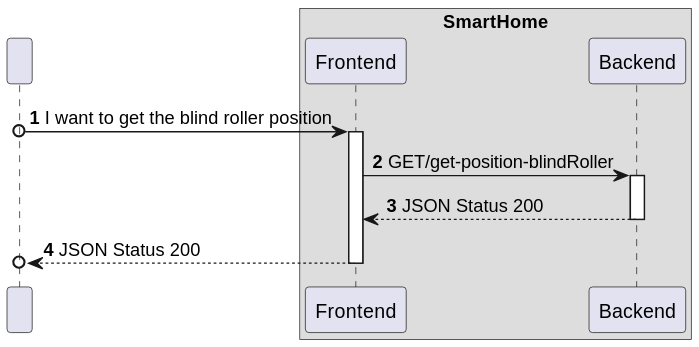
Earlier version of the PlantUML export docs/C4_4plus1_models/Level2/ProcessView/ProcessViewLevel2_UC24_v1.svg (moutajDev/smarthome).
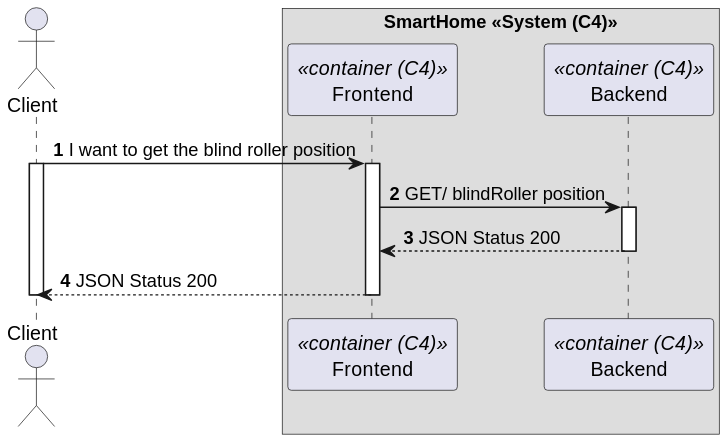
The same file after the commit.

The edit, as a diff of the source:
```diff
@@ -3,23 +3,25 @@
 
 autonumber
 
-participant " " as User
+actor "Client" as User
 
 
-box "SmartHome"
-    participant "Frontend" as FE
-    participant "Backend" as SV
+box "SmartHome <<System (C4)>>"
+    participant "Frontend" as FE<<container (C4)>>
+    participant "Backend" as SV<<container (C4)>>
 end box
 
-User o-> FE : I want to get the blind roller position
+User -> FE : I want to get the blind roller position
 activate FE
+activate User
 
-FE -> SV : GET/get-position-blindRoller
+FE -> SV : GET/ blindRoller position
 activate SV
 
 SV --> FE : JSON Status 200
 deactivate SV
 
-FE -->o User : JSON Status 200
+FE --> User : JSON Status 200
 deactivate FE
+deactivate User
 @enduml
```
